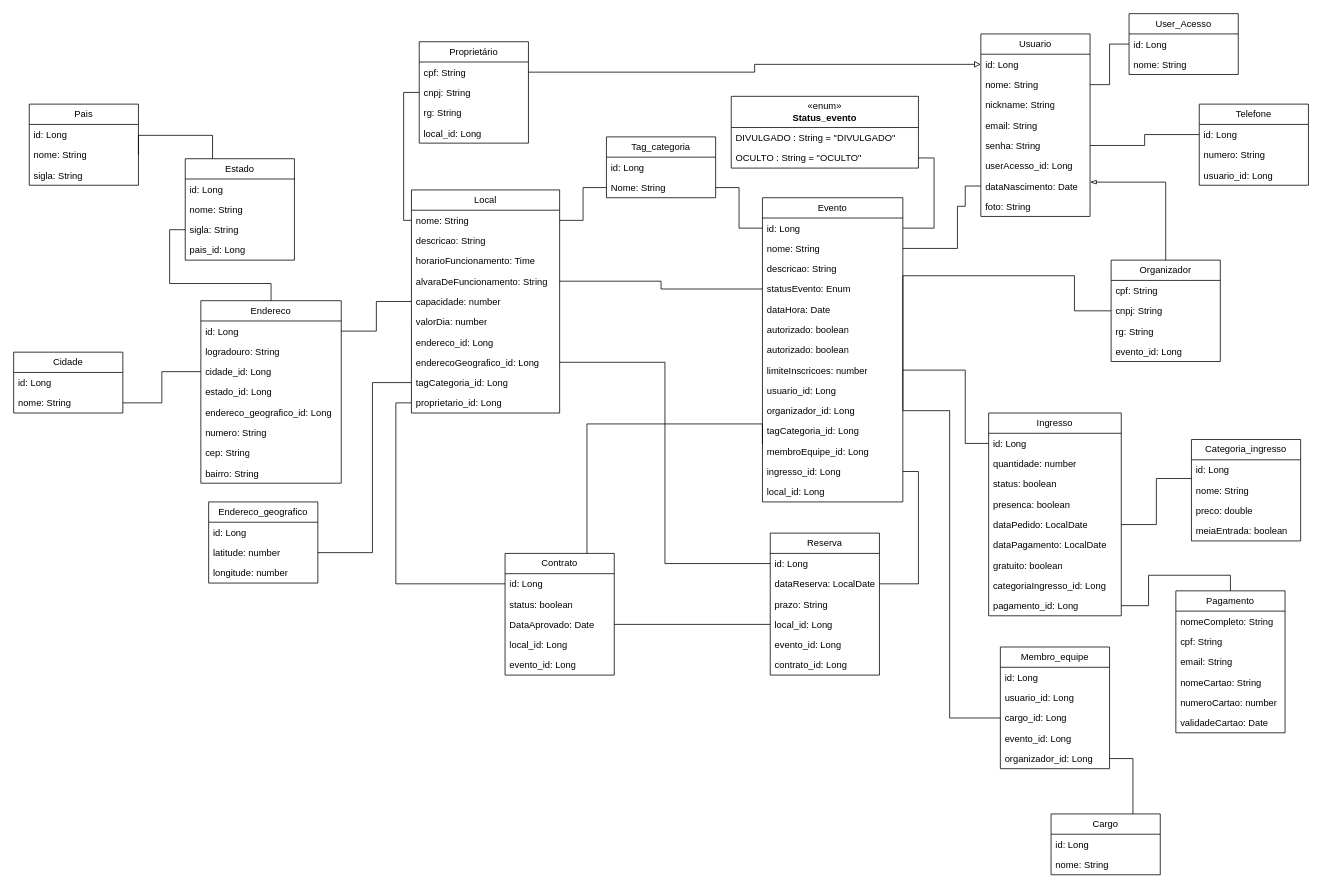
Earlier version of the draw.io diagram DiagramaDeClassesPokando.drawio (ChumeLabs-Pokando/Pokando). Source tidied: cells renumbered, new cells numbered last; positions are measured from the earlier drawing's top-left corner, leaving out a move shared by most shapes. Both pictures are drawn from the tidied source at 78%, with x=0, y=0 at pixel (13, 13).
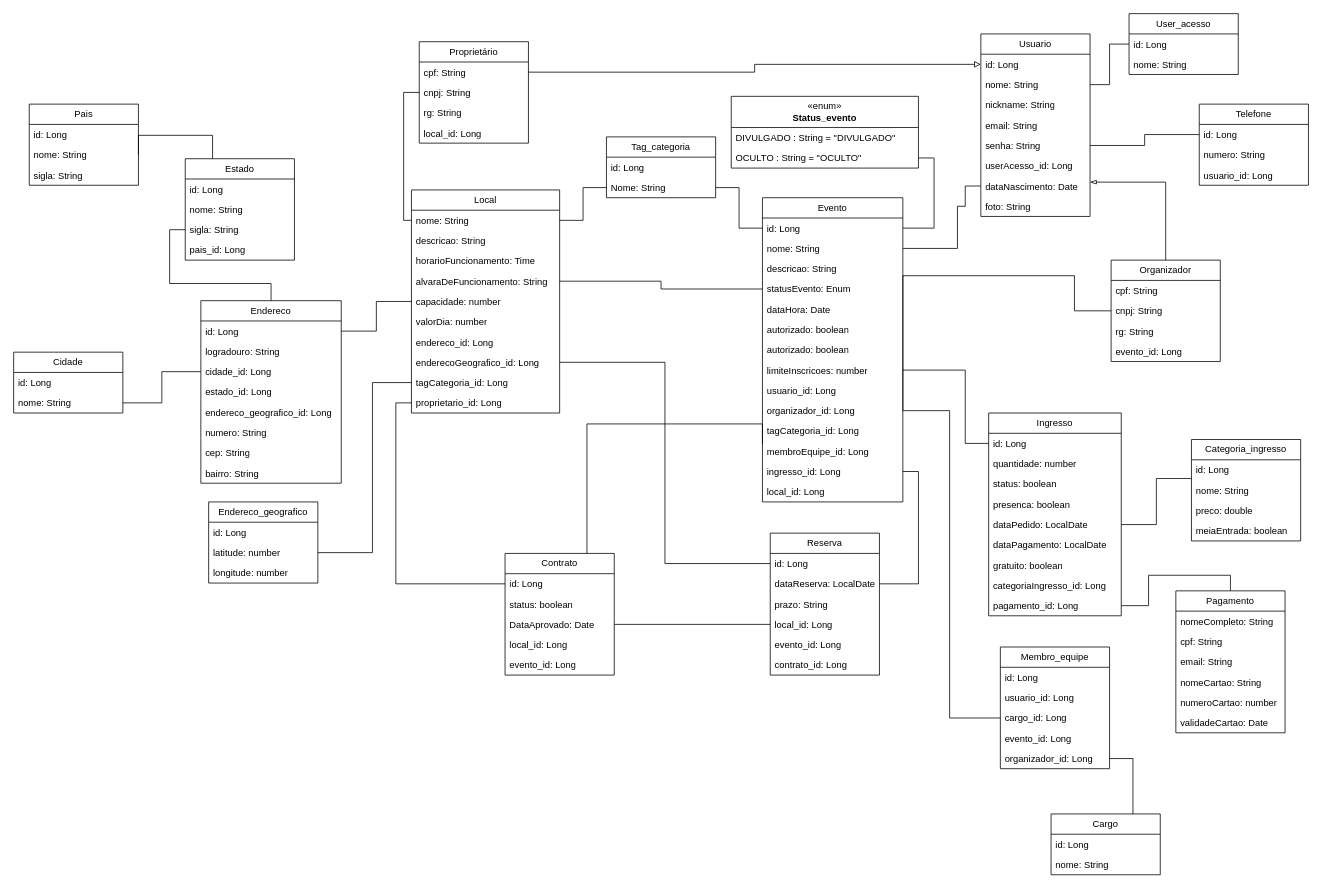
Above is the later version.

Change to the diagram source:
```diff
@@
-    <mxCell id="115" value="User_Acesso" style="swimlane;fontStyle=0;horizontal=1;startSize=26;fillColor=none;whiteSpace=wrap;html=1;" parent="1" vertex="1">
+    <mxCell id="115" value="User_acesso" style="swimlane;fontStyle=0;horizontal=1;startSize=26;fillColor=none;whiteSpace=wrap;html=1;" parent="1" vertex="1">
       <mxGeometry x="1430" width="140" height="78" as="geometry" />
     </mxCell>
```
